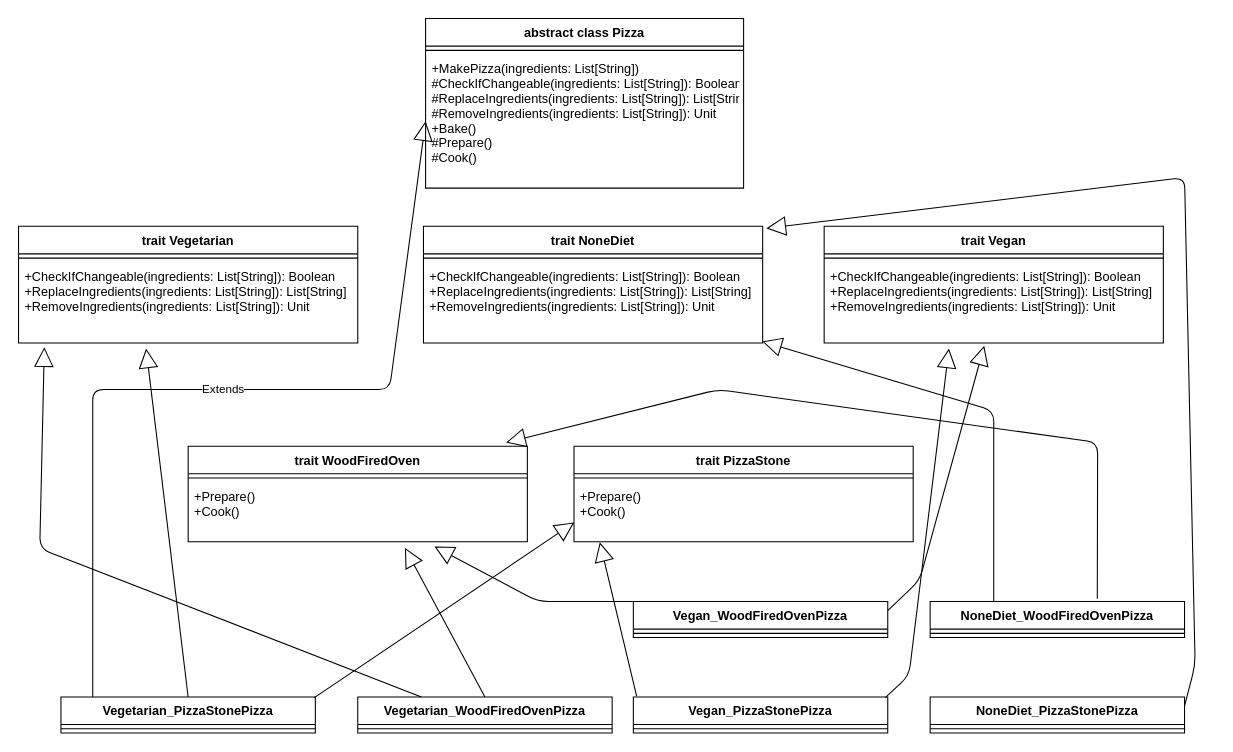
Before: mixin diagram/mixin.drawio in gabrielezi/PSP, a draw.io diagram. Source tidied: cells renumbered, new cells numbered last; positions are measured from the earlier drawing's top-left corner, leaving out a move shared by most shapes. Both pictures are drawn from the tidied source at 106%, with x=0, y=0 at pixel (18, 18).
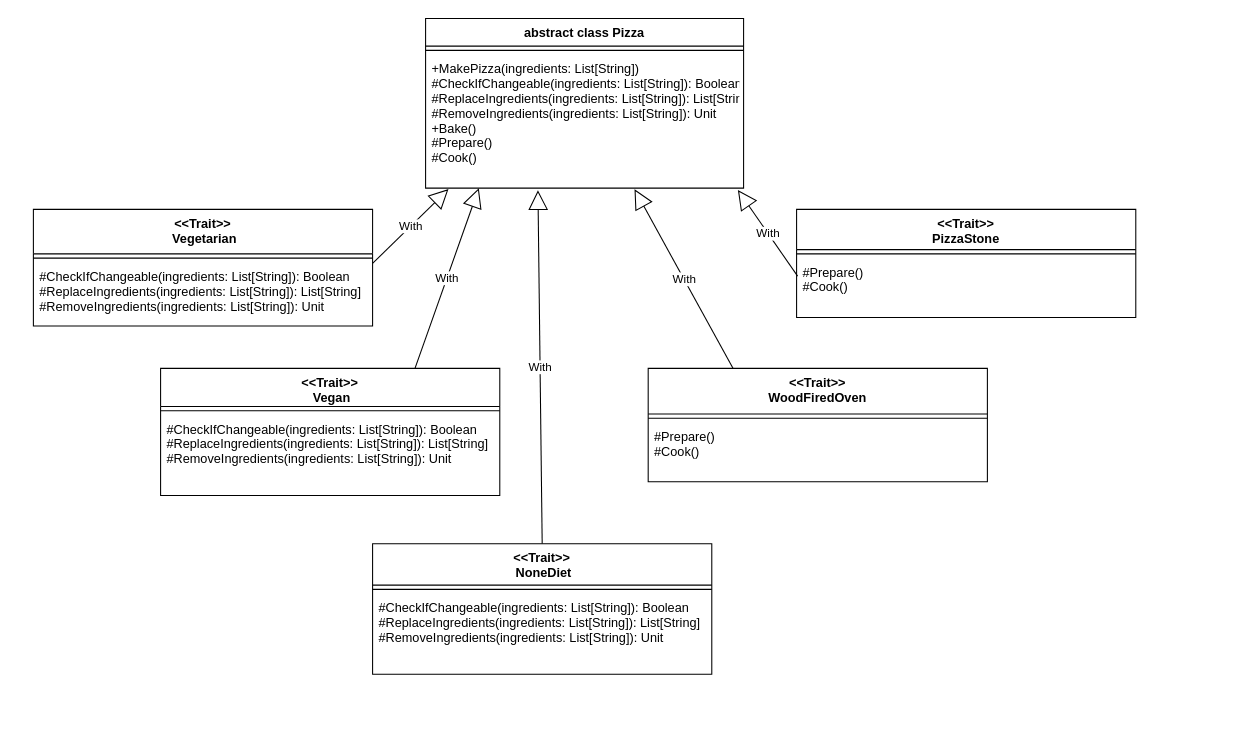
The same page after the edit.

The change refers to these unchanged cells:
```xml
<mxCell id="4" value="+MakePizza(ingredients: List[String])&#10;#CheckIfChangeable(ingredients: List[String]): Boolean&#10;#ReplaceIngredients(ingredients: List[String]): List[String]&#10;#RemoveIngredients(ingredients: List[String]): Unit&#10;+Bake()&#10;#Prepare()&#10;#Cook()" style="text;strokeColor=none;fillColor=none;align=left;verticalAlign=top;spacingLeft=4;spacingRight=4;overflow=hidden;points=[[0,0.5],[1,0.5]];portConstraint=eastwest;" parent="2" vertex="1">
  <mxGeometry y="34" width="300" height="126" as="geometry" />
</mxCell>
```

Change to the diagram source:
```diff
@@
+    <mxCell id="44" value="With" style="endArrow=block;endSize=16;endFill=0;html=1;entryX=0.253;entryY=1.007;entryDx=0;entryDy=0;entryPerimeter=0;exitX=1;exitY=0.017;exitDx=0;exitDy=0;exitPerimeter=0;" parent="1" edge="1" source="50">
+      <mxGeometry relative="1" as="geometry">
+        <mxPoint x="405.6" y="160.9" as="targetPoint" />
+      </mxGeometry>
+    </mxCell>
+    <mxCell id="45" value="With" style="endArrow=block;endSize=16;endFill=0;html=1;entryX=0.385;entryY=1;entryDx=0;entryDy=0;entryPerimeter=0;exitX=0.75;exitY=0;exitDx=0;exitDy=0;" parent="1" edge="1" source="54">
+      <mxGeometry relative="1" as="geometry">
+        <mxPoint x="434.2" y="160" as="targetPoint" />
+      </mxGeometry>
+    </mxCell>
+    <mxCell id="46" value="With" style="endArrow=block;endSize=16;endFill=0;html=1;exitX=0.5;exitY=0;exitDx=0;exitDy=0;" parent="1" edge="1" source="51">
+      <mxGeometry relative="1" as="geometry">
+        <mxPoint x="490" y="162" as="targetPoint" />
+      </mxGeometry>
+    </mxCell>
+    <mxCell id="47" value="With" style="endArrow=block;endSize=16;endFill=0;html=1;entryX=0.778;entryY=1.013;entryDx=0;entryDy=0;entryPerimeter=0;exitX=0.003;exitY=0.304;exitDx=0;exitDy=0;exitPerimeter=0;" parent="1" edge="1" source="62">
+      <mxGeometry relative="1" as="geometry">
+        <mxPoint x="678.6" y="161.7" as="targetPoint" />
+      </mxGeometry>
+    </mxCell>
@@
-    <mxCell id="5" value="trait Vegetarian" style="swimlane;fontStyle=1;align=center;verticalAlign=top;horizontal=1;startSize=26;" parent="1" vertex="1">
-      <mxGeometry y="196" width="320" height="110" as="geometry" />
-    </mxCell>
-    <mxCell id="6" style="line;strokeWidth=1;fillColor=none;align=left;verticalAlign=middle;spacingTop=-1;spacingLeft=3;spacingRight=3;labelPosition=right;" parent="5" vertex="1">
-      <mxGeometry y="26" width="320" height="8" as="geometry" />
-    </mxCell>
-    <mxCell id="7" value="+CheckIfChangeable(ingredients: List[String]): Boolean&#10;+ReplaceIngredients(ingredients: List[String]): List[String]&#10;+RemoveIngredients(ingredients: List[String]): Unit" style="text;strokeColor=none;fillColor=none;align=left;verticalAlign=top;spacingLeft=4;spacingRight=4;overflow=hidden;points=[[0,0.5],[1,0.5]];portConstraint=eastwest;" parent="5" vertex="1">
-      <mxGeometry y="34" width="320" height="76" as="geometry" />
-    </mxCell>
-    <mxCell id="8" value="trait Vegan" style="swimlane;fontStyle=1;align=center;verticalAlign=top;horizontal=1;startSize=26;" parent="1" vertex="1">
-      <mxGeometry x="760" y="196" width="320" height="110" as="geometry" />
-    </mxCell>
-    <mxCell id="9" style="line;strokeWidth=1;fillColor=none;align=left;verticalAlign=middle;spacingTop=-1;spacingLeft=3;spacingRight=3;labelPosition=right;" parent="8" vertex="1">
-      <mxGeometry y="26" width="320" height="8" as="geometry" />
-    </mxCell>
-    <mxCell id="10" value="+CheckIfChangeable(ingredients: List[String]): Boolean&#10;+ReplaceIngredients(ingredients: List[String]): List[String]&#10;+RemoveIngredients(ingredients: List[String]): Unit" style="text;strokeColor=none;fillColor=none;align=left;verticalAlign=top;spacingLeft=4;spacingRight=4;overflow=hidden;points=[[0,0.5],[1,0.5]];portConstraint=eastwest;" parent="8" vertex="1">
-      <mxGeometry y="34" width="320" height="76" as="geometry" />
-    </mxCell>
-    <mxCell id="11" value="trait NoneDiet" style="swimlane;fontStyle=1;align=center;verticalAlign=top;horizontal=1;startSize=26;" parent="1" vertex="1">
-      <mxGeometry x="382" y="196" width="320" height="110" as="geometry" />
-    </mxCell>
-    <mxCell id="12" style="line;strokeWidth=1;fillColor=none;align=left;verticalAlign=middle;spacingTop=-1;spacingLeft=3;spacingRight=3;labelPosition=right;" parent="11" vertex="1">
-      <mxGeometry y="26" width="320" height="8" as="geometry" />
-    </mxCell>
-    <mxCell id="13" value="+CheckIfChangeable(ingredients: List[String]): Boolean&#10;+ReplaceIngredients(ingredients: List[String]): List[String]&#10;+RemoveIngredients(ingredients: List[String]): Unit" style="text;strokeColor=none;fillColor=none;align=left;verticalAlign=top;spacingLeft=4;spacingRight=4;overflow=hidden;points=[[0,0.5],[1,0.5]];portConstraint=eastwest;" parent="11" vertex="1">
-      <mxGeometry y="34" width="320" height="76" as="geometry" />
-    </mxCell>
-    <mxCell id="14" value="trait WoodFiredOven" style="swimlane;fontStyle=1;align=center;verticalAlign=top;horizontal=1;startSize=26;" parent="1" vertex="1">
-      <mxGeometry x="160" y="403.5" width="320" height="90" as="geometry" />
-    </mxCell>
-    <mxCell id="15" style="line;strokeWidth=1;fillColor=none;align=left;verticalAlign=middle;spacingTop=-1;spacingLeft=3;spacingRight=3;labelPosition=right;" parent="14" vertex="1">
-      <mxGeometry y="26" width="320" height="8" as="geometry" />
-    </mxCell>
-    <mxCell id="16" value="+Prepare()&#10;+Cook()" style="text;strokeColor=none;fillColor=none;align=left;verticalAlign=top;spacingLeft=4;spacingRight=4;overflow=hidden;points=[[0,0.5],[1,0.5]];portConstraint=eastwest;" parent="14" vertex="1">
-      <mxGeometry y="34" width="320" height="56" as="geometry" />
-    </mxCell>
-    <mxCell id="17" value="trait PizzaStone" style="swimlane;fontStyle=1;align=center;verticalAlign=top;horizontal=1;startSize=26;" parent="1" vertex="1">
-      <mxGeometry x="524" y="403.5" width="320" height="90" as="geometry" />
-    </mxCell>
-    <mxCell id="18" style="line;strokeWidth=1;fillColor=none;align=left;verticalAlign=middle;spacingTop=-1;spacingLeft=3;spacingRight=3;labelPosition=right;" parent="17" vertex="1">
-      <mxGeometry y="26" width="320" height="8" as="geometry" />
-    </mxCell>
-    <mxCell id="19" value="+Prepare()&#10;+Cook()" style="text;strokeColor=none;fillColor=none;align=left;verticalAlign=top;spacingLeft=4;spacingRight=4;overflow=hidden;points=[[0,0.5],[1,0.5]];portConstraint=eastwest;" parent="17" vertex="1">
-      <mxGeometry y="34" width="320" height="56" as="geometry" />
-    </mxCell>
-    <mxCell id="20" value="Extends" style="endArrow=block;endSize=16;endFill=0;html=1;entryX=0;entryY=0.5;entryDx=0;entryDy=0;" parent="1" edge="1" target="4">
-      <mxGeometry relative="1" as="geometry">
-        <mxPoint x="70" y="640" as="sourcePoint" />
-        <Array as="points">
-          <mxPoint x="70" y="350" />
-          <mxPoint x="350" y="350" />
-        </Array>
-      </mxGeometry>
-    </mxCell>
-    <mxCell id="21" value="Vegetarian_PizzaStonePizza" style="swimlane;fontStyle=1;align=center;verticalAlign=top;horizontal=1;startSize=26;" parent="1" vertex="1">
-      <mxGeometry x="40" y="640" width="240" height="34" as="geometry" />
-    </mxCell>
-    <mxCell id="22" style="line;strokeWidth=1;fillColor=none;align=left;verticalAlign=middle;spacingTop=-1;spacingLeft=3;spacingRight=3;labelPosition=right;" parent="21" vertex="1">
-      <mxGeometry y="26" width="240" height="8" as="geometry" />
-    </mxCell>
-    <mxCell id="23" style="endArrow=block;endSize=16;endFill=0;html=1;exitX=0.996;exitY=0.02;exitDx=0;exitDy=0;entryX=0.001;entryY=0.676;entryDx=0;entryDy=0;entryPerimeter=0;exitPerimeter=0;" parent="1" edge="1" source="21" target="19">
-      <mxGeometry relative="1" as="geometry" />
-    </mxCell>
-    <mxCell id="24" style="endArrow=block;endSize=16;endFill=0;html=1;exitX=0.5;exitY=0;exitDx=0;exitDy=0;entryX=0.376;entryY=1.07;entryDx=0;entryDy=0;entryPerimeter=0;" parent="1" edge="1" source="21" target="7">
-      <mxGeometry relative="1" as="geometry" />
-    </mxCell>
-    <mxCell id="25" value="Vegetarian_WoodFiredOvenPizza" style="swimlane;fontStyle=1;align=center;verticalAlign=top;horizontal=1;startSize=26;" parent="1" vertex="1">
-      <mxGeometry x="320" y="640" width="240" height="34" as="geometry" />
-    </mxCell>
-    <mxCell id="26" style="line;strokeWidth=1;fillColor=none;align=left;verticalAlign=middle;spacingTop=-1;spacingLeft=3;spacingRight=3;labelPosition=right;" parent="25" vertex="1">
-      <mxGeometry y="26" width="240" height="8" as="geometry" />
-    </mxCell>
-    <mxCell id="27" value="Vegan_WoodFiredOvenPizza" style="swimlane;fontStyle=1;align=center;verticalAlign=top;horizontal=1;startSize=26;" parent="1" vertex="1">
-      <mxGeometry x="580" y="550" width="240" height="34" as="geometry" />
-    </mxCell>
-    <mxCell id="28" style="line;strokeWidth=1;fillColor=none;align=left;verticalAlign=middle;spacingTop=-1;spacingLeft=3;spacingRight=3;labelPosition=right;" parent="27" vertex="1">
-      <mxGeometry y="26" width="240" height="8" as="geometry" />
-    </mxCell>
-    <mxCell id="29" value="Vegan_PizzaStonePizza" style="swimlane;fontStyle=1;align=center;verticalAlign=top;horizontal=1;startSize=26;" parent="1" vertex="1">
-      <mxGeometry x="580" y="640" width="240" height="34" as="geometry" />
-    </mxCell>
-    <mxCell id="30" style="line;strokeWidth=1;fillColor=none;align=left;verticalAlign=middle;spacingTop=-1;spacingLeft=3;spacingRight=3;labelPosition=right;" parent="29" vertex="1">
-      <mxGeometry y="26" width="240" height="8" as="geometry" />
-    </mxCell>
-    <mxCell id="31" value="NoneDiet_WoodFiredOvenPizza" style="swimlane;fontStyle=1;align=center;verticalAlign=top;horizontal=1;startSize=26;" parent="1" vertex="1">
-      <mxGeometry x="860" y="550" width="240" height="34" as="geometry" />
-    </mxCell>
-    <mxCell id="32" style="line;strokeWidth=1;fillColor=none;align=left;verticalAlign=middle;spacingTop=-1;spacingLeft=3;spacingRight=3;labelPosition=right;" parent="31" vertex="1">
-      <mxGeometry y="26" width="240" height="8" as="geometry" />
-    </mxCell>
-    <mxCell id="33" value="NoneDiet_PizzaStonePizza" style="swimlane;fontStyle=1;align=center;verticalAlign=top;horizontal=1;startSize=26;" parent="1" vertex="1">
-      <mxGeometry x="860" y="640" width="240" height="34" as="geometry" />
-    </mxCell>
-    <mxCell id="34" style="line;strokeWidth=1;fillColor=none;align=left;verticalAlign=middle;spacingTop=-1;spacingLeft=3;spacingRight=3;labelPosition=right;" parent="33" vertex="1">
-      <mxGeometry y="26" width="240" height="8" as="geometry" />
-    </mxCell>
-    <mxCell id="35" style="endArrow=block;endSize=16;endFill=0;html=1;exitX=0.25;exitY=0;exitDx=0;exitDy=0;entryX=0.076;entryY=1.053;entryDx=0;entryDy=0;entryPerimeter=0;" parent="1" edge="1" source="25" target="7">
-      <mxGeometry relative="1" as="geometry">
-        <Array as="points">
-          <mxPoint x="20" y="500" />
-        </Array>
-      </mxGeometry>
-    </mxCell>
-    <mxCell id="36" style="endArrow=block;endSize=16;endFill=0;html=1;exitX=0.25;exitY=0;exitDx=0;exitDy=0;entryX=0.726;entryY=1.08;entryDx=0;entryDy=0;entryPerimeter=0;" parent="1" edge="1" source="27" target="16">
-      <mxGeometry relative="1" as="geometry">
-        <Array as="points">
-          <mxPoint x="490" y="550" />
-        </Array>
-      </mxGeometry>
-    </mxCell>
-    <mxCell id="37" style="endArrow=block;endSize=16;endFill=0;html=1;exitX=1;exitY=0.25;exitDx=0;exitDy=0;entryX=0.472;entryY=1.035;entryDx=0;entryDy=0;entryPerimeter=0;" parent="1" edge="1" source="27" target="10">
-      <mxGeometry relative="1" as="geometry">
-        <Array as="points">
-          <mxPoint x="850" y="530" />
-        </Array>
-      </mxGeometry>
-    </mxCell>
-    <mxCell id="38" style="endArrow=block;endSize=16;endFill=0;html=1;exitX=0.25;exitY=0;exitDx=0;exitDy=0;entryX=0.999;entryY=0.982;entryDx=0;entryDy=0;entryPerimeter=0;" parent="1" edge="1" source="31" target="13">
-      <mxGeometry relative="1" as="geometry">
-        <Array as="points">
-          <mxPoint x="920" y="370" />
-        </Array>
-      </mxGeometry>
-    </mxCell>
-    <mxCell id="39" style="endArrow=block;endSize=16;endFill=0;html=1;exitX=0.657;exitY=-0.078;exitDx=0;exitDy=0;exitPerimeter=0;" parent="1" edge="1" source="31">
-      <mxGeometry relative="1" as="geometry">
-        <mxPoint x="460" y="400" as="targetPoint" />
-        <Array as="points">
-          <mxPoint x="1018" y="400" />
-          <mxPoint x="660" y="350" />
-        </Array>
-      </mxGeometry>
-    </mxCell>
-    <mxCell id="40" style="endArrow=block;endSize=16;endFill=0;html=1;exitX=0.013;exitY=-0.02;exitDx=0;exitDy=0;entryX=0.076;entryY=1.009;entryDx=0;entryDy=0;entryPerimeter=0;exitPerimeter=0;" parent="1" edge="1" source="29" target="19">
-      <mxGeometry relative="1" as="geometry" />
-    </mxCell>
-    <mxCell id="41" style="endArrow=block;endSize=16;endFill=0;html=1;exitX=0.5;exitY=0;exitDx=0;exitDy=0;entryX=0.639;entryY=1.104;entryDx=0;entryDy=0;entryPerimeter=0;" parent="1" edge="1" source="25" target="16">
-      <mxGeometry relative="1" as="geometry" />
-    </mxCell>
-    <mxCell id="42" style="endArrow=block;endSize=16;endFill=0;html=1;exitX=0.99;exitY=0.02;exitDx=0;exitDy=0;entryX=0.368;entryY=1.07;entryDx=0;entryDy=0;entryPerimeter=0;exitPerimeter=0;" parent="1" edge="1" source="29" target="10">
-      <mxGeometry relative="1" as="geometry">
-        <Array as="points">
-          <mxPoint x="840" y="620" />
-        </Array>
-      </mxGeometry>
-    </mxCell>
-    <mxCell id="43" style="endArrow=block;endSize=16;endFill=0;html=1;exitX=1;exitY=0.25;exitDx=0;exitDy=0;entryX=1.011;entryY=0.018;entryDx=0;entryDy=0;entryPerimeter=0;" parent="1" edge="1" source="33" target="11">
-      <mxGeometry relative="1" as="geometry">
-        <Array as="points">
-          <mxPoint x="1110" y="610" />
-          <mxPoint x="1100" y="150" />
-        </Array>
-      </mxGeometry>
-    </mxCell>
+    <mxCell id="48" value="&lt;&lt;Trait&gt;&gt;&#10; Vegetarian" style="swimlane;fontStyle=1;align=center;verticalAlign=top;horizontal=1;startSize=42;" parent="1" vertex="1">
+      <mxGeometry x="14" y="180" width="320" height="110" as="geometry" />
+    </mxCell>
+    <mxCell id="49" style="line;strokeWidth=1;fillColor=none;align=left;verticalAlign=middle;spacingTop=-1;spacingLeft=3;spacingRight=3;labelPosition=right;" parent="48" vertex="1">
+      <mxGeometry y="42" width="320" height="8" as="geometry" />
+    </mxCell>
+    <mxCell id="50" value="#CheckIfChangeable(ingredients: List[String]): Boolean&#10;#ReplaceIngredients(ingredients: List[String]): List[String]&#10;#RemoveIngredients(ingredients: List[String]): Unit" style="text;strokeColor=none;fillColor=none;align=left;verticalAlign=top;spacingLeft=4;spacingRight=4;overflow=hidden;points=[[0,0.5],[1,0.5]];portConstraint=eastwest;" parent="48" vertex="1">
+      <mxGeometry y="50" width="320" height="60" as="geometry" />
+    </mxCell>
+    <mxCell id="51" value="&lt;&lt;Trait&gt;&gt;&#10; NoneDiet" style="swimlane;fontStyle=1;align=center;verticalAlign=top;horizontal=1;startSize=39;" parent="1" vertex="1">
+      <mxGeometry x="334" y="495.5" width="320" height="123" as="geometry" />
+    </mxCell>
+    <mxCell id="52" style="line;strokeWidth=1;fillColor=none;align=left;verticalAlign=middle;spacingTop=-1;spacingLeft=3;spacingRight=3;labelPosition=right;" parent="51" vertex="1">
+      <mxGeometry y="39" width="320" height="8" as="geometry" />
+    </mxCell>
+    <mxCell id="53" value="#CheckIfChangeable(ingredients: List[String]): Boolean&#10;#ReplaceIngredients(ingredients: List[String]): List[String]&#10;#RemoveIngredients(ingredients: List[String]): Unit" style="text;strokeColor=none;fillColor=none;align=left;verticalAlign=top;spacingLeft=4;spacingRight=4;overflow=hidden;" parent="51" vertex="1">
+      <mxGeometry y="47" width="320" height="76" as="geometry" />
+    </mxCell>
+    <mxCell id="54" value="&lt;&lt;Trait&gt;&gt;&#10; Vegan" style="swimlane;fontStyle=1;align=center;verticalAlign=top;horizontal=1;startSize=36;" parent="1" vertex="1">
+      <mxGeometry x="134" y="330" width="320" height="120" as="geometry" />
+    </mxCell>
+    <mxCell id="55" style="line;strokeWidth=1;fillColor=none;align=left;verticalAlign=middle;spacingTop=-1;spacingLeft=3;spacingRight=3;labelPosition=right;" parent="54" vertex="1">
+      <mxGeometry y="36" width="320" height="8" as="geometry" />
+    </mxCell>
+    <mxCell id="56" value="#CheckIfChangeable(ingredients: List[String]): Boolean&#10;#ReplaceIngredients(ingredients: List[String]): List[String]&#10;#RemoveIngredients(ingredients: List[String]): Unit" style="text;strokeColor=none;fillColor=none;align=left;verticalAlign=top;spacingLeft=4;spacingRight=4;overflow=hidden;" parent="54" vertex="1">
+      <mxGeometry y="44" width="320" height="76" as="geometry" />
+    </mxCell>
+    <mxCell id="57" value="&lt;&lt;Trait&gt;&gt;&#10;WoodFiredOven" style="swimlane;fontStyle=1;align=center;verticalAlign=top;horizontal=1;startSize=43;" parent="1" vertex="1">
+      <mxGeometry x="594" y="330" width="320" height="107" as="geometry" />
+    </mxCell>
+    <mxCell id="58" style="line;strokeWidth=1;fillColor=none;align=left;verticalAlign=middle;spacingTop=-1;spacingLeft=3;spacingRight=3;labelPosition=right;" parent="57" vertex="1">
+      <mxGeometry y="43" width="320" height="8" as="geometry" />
+    </mxCell>
+    <mxCell id="59" value="#Prepare()&#10;#Cook()" style="text;strokeColor=none;fillColor=none;align=left;verticalAlign=top;spacingLeft=4;spacingRight=4;overflow=hidden;" parent="57" vertex="1">
+      <mxGeometry y="51" width="320" height="56" as="geometry" />
+    </mxCell>
+    <mxCell id="60" value="&lt;&lt;Trait&gt;&gt;&#10;PizzaStone" style="swimlane;fontStyle=1;align=center;verticalAlign=top;horizontal=1;startSize=38;" parent="1" vertex="1">
+      <mxGeometry x="734" y="180" width="320" height="102" as="geometry" />
+    </mxCell>
+    <mxCell id="61" style="line;strokeWidth=1;fillColor=none;align=left;verticalAlign=middle;spacingTop=-1;spacingLeft=3;spacingRight=3;labelPosition=right;" parent="60" vertex="1">
+      <mxGeometry y="38" width="320" height="8" as="geometry" />
+    </mxCell>
+    <mxCell id="62" value="#Prepare()&#10;#Cook()" style="text;strokeColor=none;fillColor=none;align=left;verticalAlign=top;spacingLeft=4;spacingRight=4;overflow=hidden;points=[[0,0.5],[1,0.5]];portConstraint=eastwest;" parent="60" vertex="1">
+      <mxGeometry y="46" width="320" height="56" as="geometry" />
+    </mxCell>
+    <mxCell id="63" value="With" style="endArrow=block;endSize=16;endFill=0;html=1;exitX=0.25;exitY=0;exitDx=0;exitDy=0;entryX=0.657;entryY=1.008;entryDx=0;entryDy=0;entryPerimeter=0;" parent="1" edge="1" source="57" target="4">
+      <mxGeometry relative="1" as="geometry" />
+    </mxCell>
```
